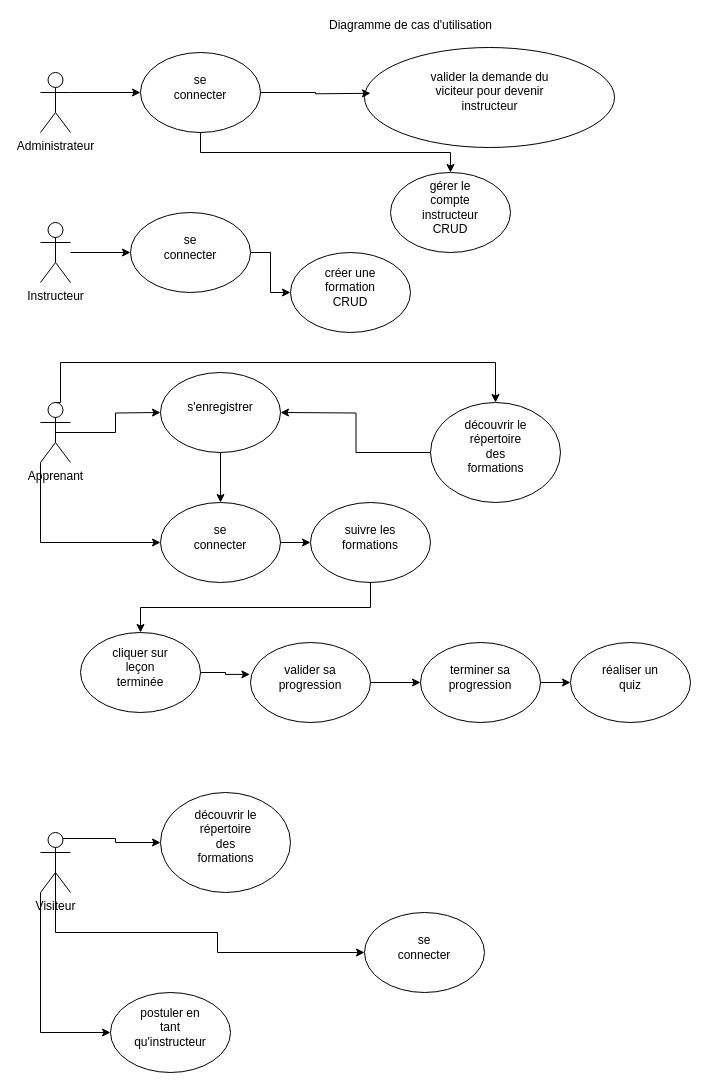
Earlier version of the draw.io diagram ECO IT/fonctionnalités_ecoit.drawio (cyrisa02/diagrammes-UML). Source tidied: cells renumbered, new cells numbered last; positions are measured from the earlier drawing's top-left corner, leaving out a move shared by most shapes. Both pictures are drawn from the tidied source at 100%, with x=0, y=0 at pixel (40, 17).
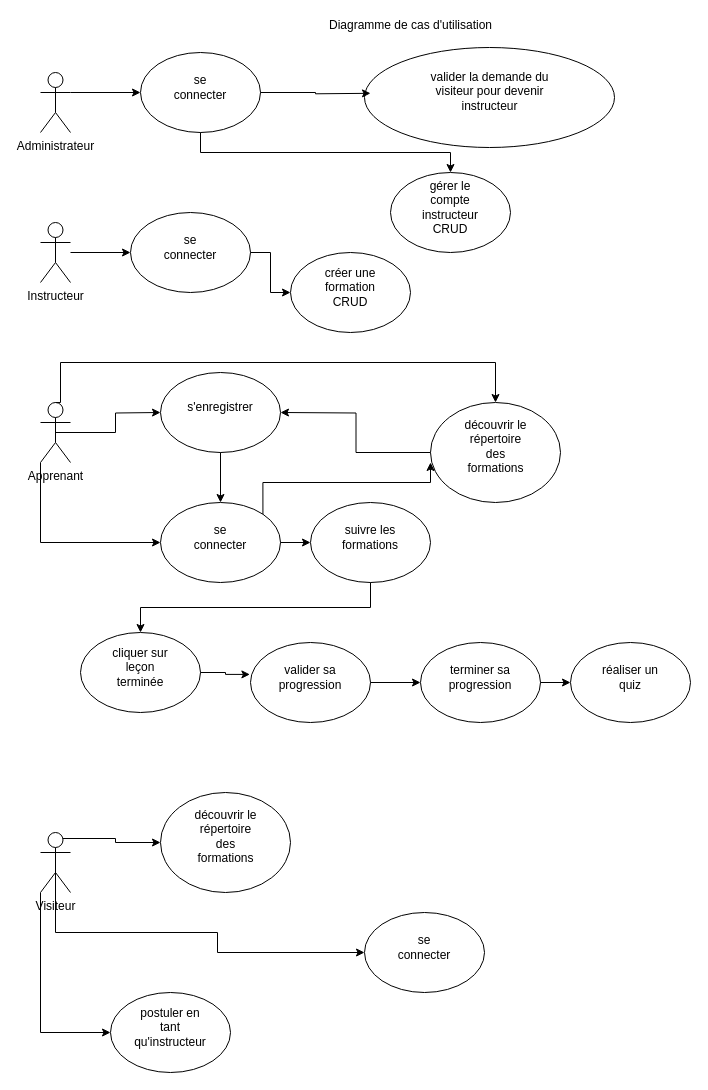
The same diagram, later.

The change refers to these unchanged cells:
```xml
<mxCell id="26" style="group;" parent="1" vertex="1">
  <mxGeometry x="324" y="30" width="250" height="100" as="geometry" />
</mxCell>
<mxCell id="35" style="ellipse;whiteSpace=wrap;html=1;" parent="34" vertex="1">
  <mxGeometry width="120" height="80" as="geometry" />
</mxCell>
<mxCell id="55" style="ellipse;whiteSpace=wrap;html=1;" parent="54" vertex="1">
  <mxGeometry width="130" height="100" as="geometry" />
</mxCell>
```

Diff of the diagram source:
```diff
@@
-    <mxCell id="28" value="valider la demande du viciteur pour devenir instructeur" style="text;html=1;strokeColor=none;fillColor=none;align=center;verticalAlign=middle;whiteSpace=wrap;rounded=0;" parent="26" vertex="1">
+    <mxCell id="28" value="valider la demande du visiteur pour devenir instructeur" style="text;html=1;strokeColor=none;fillColor=none;align=center;verticalAlign=middle;whiteSpace=wrap;rounded=0;" parent="26" vertex="1">
       <mxGeometry x="62.5" y="25" width="125" height="37.5" as="geometry" />
     </mxCell>
@@
+    <mxCell id="73" style="edgeStyle=orthogonalEdgeStyle;rounded=0;jettySize=auto;html=1;exitX=1;exitY=0;exitDx=0;exitDy=0;entryX=0;entryY=0.6;entryDx=0;entryDy=0;entryPerimeter=0;" parent="1" edge="1" source="35" target="55">
+      <mxGeometry relative="1" as="geometry">
+        <Array as="points">
+          <mxPoint x="222" y="465" />
+          <mxPoint x="390" y="465" />
+        </Array>
+      </mxGeometry>
+    </mxCell>
```
